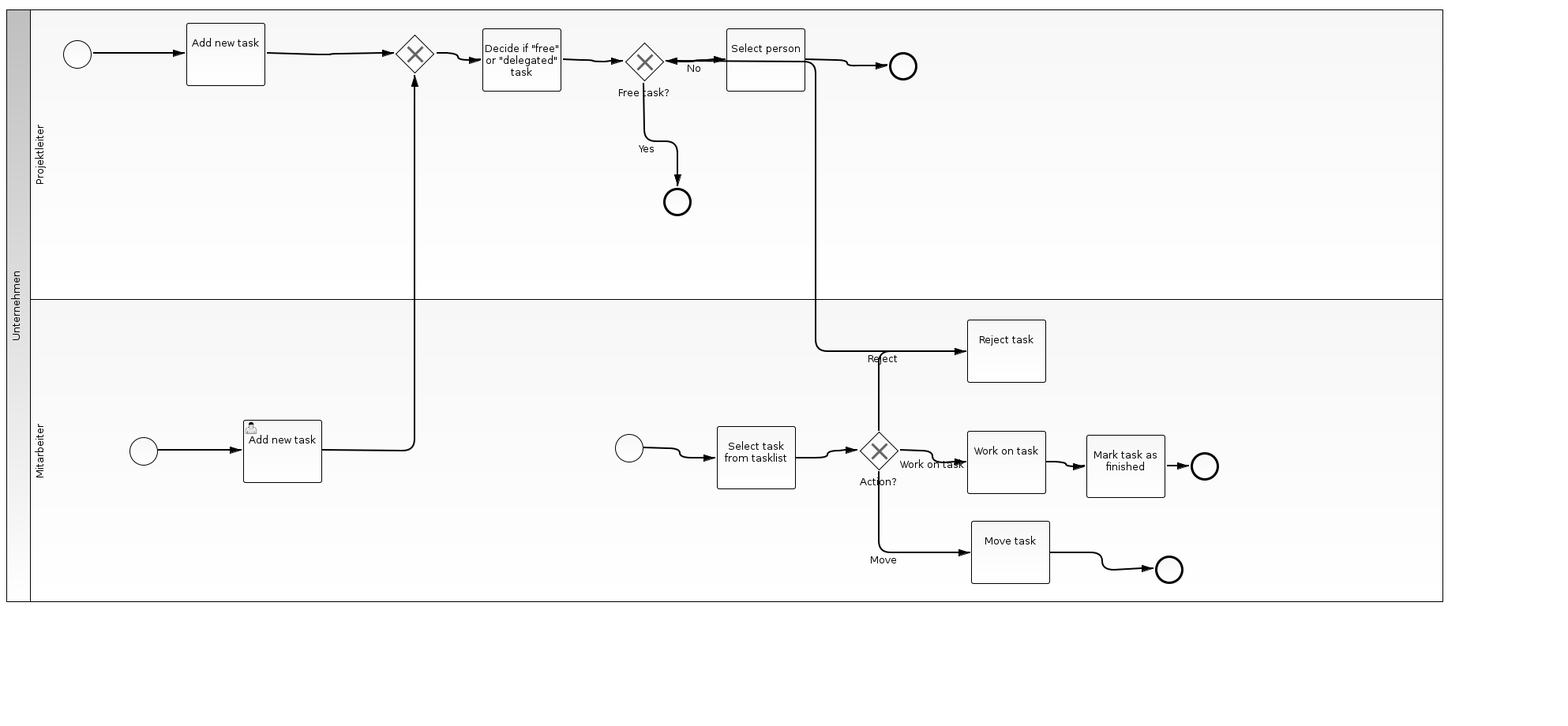
Above: wirtschaftsinformatik/src/main/resources/tasklist.png in ErosFricker/winf (BPMN), before the change. Its source is kept beside it as wirtschaftsinformatik/src/main/resources/tasklist.bpmn. Ids are renumbered.
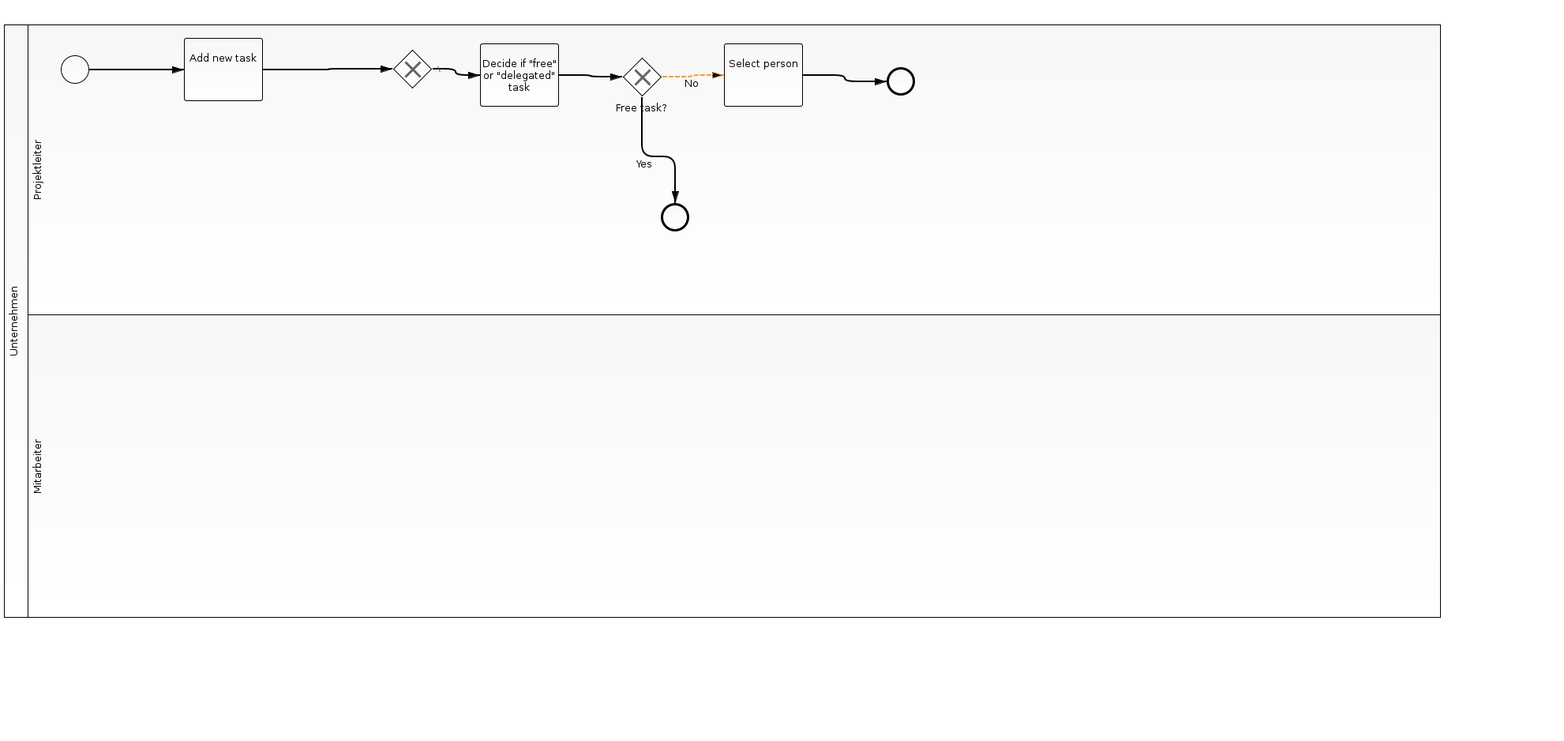
The same diagram one commit later.

What changed in the source:
```diff
@@ -14,29 +14,8 @@
         <bpmn2:flowNodeRef>Task_4</bpmn2:flowNodeRef>
         <bpmn2:flowNodeRef>EndEvent_2</bpmn2:flowNodeRef>
       </bpmn2:lane>
-      <bpmn2:lane id="Lane_5" name="Mitarbeiter">
-        <bpmn2:flowNodeRef>StartEvent_2</bpmn2:flowNodeRef>
-        <bpmn2:flowNodeRef>Task_2</bpmn2:flowNodeRef>
-        <bpmn2:flowNodeRef>StartEvent_3</bpmn2:flowNodeRef>
-        <bpmn2:flowNodeRef>Task_5</bpmn2:flowNodeRef>
-        <bpmn2:flowNodeRef>ExclusiveGateway_3</bpmn2:flowNodeRef>
-        <bpmn2:flowNodeRef>Task_6</bpmn2:flowNodeRef>
-        <bpmn2:flowNodeRef>Task_7</bpmn2:flowNodeRef>
-        <bpmn2:flowNodeRef>Task_8</bpmn2:flowNodeRef>
-        <bpmn2:flowNodeRef>EndEvent_3</bpmn2:flowNodeRef>
-        <bpmn2:flowNodeRef>EndEvent_4</bpmn2:flowNodeRef>
-        <bpmn2:flowNodeRef>Task_9</bpmn2:flowNodeRef>
-      </bpmn2:lane>
+      <bpmn2:lane id="Lane_5" name="Mitarbeiter"/>
     </bpmn2:laneSet>
-    <bpmn2:startEvent id="StartEvent_2">
-      <bpmn2:outgoing>SequenceFlow_2</bpmn2:outgoing>
-    </bpmn2:startEvent>
-    <bpmn2:userTask id="Task_2" camunda:class="" name="Add new task">
-      <bpmn2:incoming>SequenceFlow_2</bpmn2:incoming>
-      <bpmn2:outgoing>SequenceFlow_4</bpmn2:outgoing>
-    </bpmn2:userTask>
-    <bpmn2:sequenceFlow id="SequenceFlow_2" name="" sourceRef="StartEvent_2" targetRef="Task_2"/>
-    <bpmn2:sequenceFlow id="SequenceFlow_4" name="" sourceRef="Task_2" targetRef="ExclusiveGateway_1"/>
     <bpmn2:startEvent id="StartEvent_1">
       <bpmn2:outgoing>SequenceFlow_1</bpmn2:outgoing>
     </bpmn2:startEvent>
@@ -46,9 +25,8 @@
       <bpmn2:outgoing>SequenceFlow_3</bpmn2:outgoing>
     </bpmn2:task>
     <bpmn2:sequenceFlow id="SequenceFlow_3" name="" sourceRef="Task_1" targetRef="ExclusiveGateway_1"/>
-    <bpmn2:exclusiveGateway id="ExclusiveGateway_1">
+    <bpmn2:exclusiveGateway id="ExclusiveGateway_1" default="SequenceFlow_5">
       <bpmn2:incoming>SequenceFlow_3</bpmn2:incoming>
-      <bpmn2:incoming>SequenceFlow_4</bpmn2:incoming>
       <bpmn2:outgoing>SequenceFlow_5</bpmn2:outgoing>
     </bpmn2:exclusiveGateway>
     <bpmn2:sequenceFlow id="SequenceFlow_5" name="" sourceRef="ExclusiveGateway_1" targetRef="Task_3"/>
@@ -58,7 +36,6 @@
     </bpmn2:task>
     <bpmn2:exclusiveGateway id="ExclusiveGateway_2" name="Free task?">
       <bpmn2:incoming>SequenceFlow_6</bpmn2:incoming>
-      <bpmn2:incoming>SequenceFlow_18</bpmn2:incoming>
       <bpmn2:outgoing>SequenceFlow_7</bpmn2:outgoing>
       <bpmn2:outgoing>SequenceFlow_8</bpmn2:outgoing>
     </bpmn2:exclusiveGateway>
@@ -66,60 +43,20 @@
     <bpmn2:endEvent id="EndEvent_1">
       <bpmn2:incoming>SequenceFlow_7</bpmn2:incoming>
     </bpmn2:endEvent>
-    <bpmn2:sequenceFlow id="SequenceFlow_7" name="Yes" sourceRef="ExclusiveGateway_2" targetRef="EndEvent_1"/>
+    <bpmn2:sequenceFlow id="SequenceFlow_7" name="Yes" sourceRef="ExclusiveGateway_2" targetRef="EndEvent_1">
+      <bpmn2:conditionExpression xsi:type="bpmn2:tFormalExpression">true</bpmn2:conditionExpression>
+    </bpmn2:sequenceFlow>
     <bpmn2:task id="Task_4" name="Select person">
       <bpmn2:incoming>SequenceFlow_8</bpmn2:incoming>
       <bpmn2:outgoing>SequenceFlow_9</bpmn2:outgoing>
     </bpmn2:task>
-    <bpmn2:sequenceFlow id="SequenceFlow_8" name="No" sourceRef="ExclusiveGateway_2" targetRef="Task_4"/>
+    <bpmn2:sequenceFlow id="SequenceFlow_8" name="No" sourceRef="ExclusiveGateway_2" targetRef="Task_4">
+      <bpmn2:conditionExpression xsi:type="bpmn2:tFormalExpression">false</bpmn2:conditionExpression>
+    </bpmn2:sequenceFlow>
     <bpmn2:endEvent id="EndEvent_2">
       <bpmn2:incoming>SequenceFlow_9</bpmn2:incoming>
     </bpmn2:endEvent>
     <bpmn2:sequenceFlow id="SequenceFlow_9" name="" sourceRef="Task_4" targetRef="EndEvent_2"/>
-    <bpmn2:startEvent id="StartEvent_3">
-      <bpmn2:outgoing>SequenceFlow_10</bpmn2:outgoing>
-    </bpmn2:startEvent>
-    <bpmn2:task id="Task_5" name="Select task from tasklist">
-      <bpmn2:incoming>SequenceFlow_10</bpmn2:incoming>
-      <bpmn2:outgoing>SequenceFlow_11</bpmn2:outgoing>
-    </bpmn2:task>
-    <bpmn2:sequenceFlow id="SequenceFlow_10" name="" sourceRef="StartEvent_3" targetRef="Task_5"/>
-    <bpmn2:exclusiveGateway id="ExclusiveGateway_3" name="Action?">
-      <bpmn2:incoming>SequenceFlow_11</bpmn2:incoming>
-      <bpmn2:outgoing>SequenceFlow_12</bpmn2:outgoing>
-      <bpmn2:outgoing>SequenceFlow_13</bpmn2:outgoing>
-      <bpmn2:outgoing>SequenceFlow_14</bpmn2:outgoing>
-    </bpmn2:exclusiveGateway>
-    <bpmn2:task id="Task_6" name="Reject task">
-      <bpmn2:incoming>SequenceFlow_12</bpmn2:incoming>
-      <bpmn2:outgoing>SequenceFlow_18</bpmn2:outgoing>
-    </bpmn2:task>
-    <bpmn2:task id="Task_7" name="Work on task">
-      <bpmn2:incoming>SequenceFlow_13</bpmn2:incoming>
-      <bpmn2:outgoing>SequenceFlow_15</bpmn2:outgoing>
-    </bpmn2:task>
-    <bpmn2:task id="Task_8" name="Move task">
-      <bpmn2:incoming>SequenceFlow_14</bpmn2:incoming>
-      <bpmn2:outgoing>SequenceFlow_16</bpmn2:outgoing>
-    </bpmn2:task>
-    <bpmn2:sequenceFlow id="SequenceFlow_11" name="" sourceRef="Task_5" targetRef="ExclusiveGateway_3"/>
-    <bpmn2:sequenceFlow id="SequenceFlow_12" name="Reject" sourceRef="ExclusiveGateway_3" targetRef="Task_6"/>
-    <bpmn2:sequenceFlow id="SequenceFlow_13" name="Work on task" sourceRef="ExclusiveGateway_3" targetRef="Task_7"/>
-    <bpmn2:sequenceFlow id="SequenceFlow_14" name="Move" sourceRef="ExclusiveGateway_3" targetRef="Task_8"/>
-    <bpmn2:endEvent id="EndEvent_3">
-      <bpmn2:incoming>SequenceFlow_16</bpmn2:incoming>
-    </bpmn2:endEvent>
-    <bpmn2:endEvent id="EndEvent_4">
-      <bpmn2:incoming>SequenceFlow_17</bpmn2:incoming>
-    </bpmn2:endEvent>
-    <bpmn2:task id="Task_9" name="Mark task as finished">
-      <bpmn2:incoming>SequenceFlow_15</bpmn2:incoming>
-      <bpmn2:outgoing>SequenceFlow_17</bpmn2:outgoing>
-    </bpmn2:task>
-    <bpmn2:sequenceFlow id="SequenceFlow_15" name="" sourceRef="Task_7" targetRef="Task_9"/>
-    <bpmn2:sequenceFlow id="SequenceFlow_16" name="" sourceRef="Task_8" targetRef="EndEvent_3"/>
-    <bpmn2:sequenceFlow id="SequenceFlow_17" name="" sourceRef="Task_9" targetRef="EndEvent_4"/>
-    <bpmn2:sequenceFlow id="SequenceFlow_18" name="" sourceRef="Task_6" targetRef="ExclusiveGateway_2"/>
   </bpmn2:process>
   <bpmndi:BPMNDiagram id="BPMNDiagram_1">
     <bpmndi:BPMNPlane id="BPMNPlane_1" bpmnElement="_Collaboration_2">
@@ -145,12 +82,6 @@
           <dc:Bounds height="0.0" width="0.0" x="517.0" y="98.0"/>
         </bpmndi:BPMNLabel>
       </bpmndi:BPMNShape>
-      <bpmndi:BPMNShape id="_BPMNShape_StartEvent_3" bpmnElement="StartEvent_2">
-        <dc:Bounds height="36.0" width="36.0" x="156.0" y="554.0"/>
-        <bpmndi:BPMNLabel>
-          <dc:Bounds height="0.0" width="0.0" x="174.0" y="595.0"/>
-        </bpmndi:BPMNLabel>
-      </bpmndi:BPMNShape>
       <bpmndi:BPMNShape id="_BPMNShape_Participant_2" bpmnElement="_Participant_2" isHorizontal="true">
         <dc:Bounds height="751.0" width="1820.0" x="0.0" y="12.0"/>
       </bpmndi:BPMNShape>
@@ -160,16 +91,6 @@
       <bpmndi:BPMNShape id="_BPMNShape_Lane_6" bpmnElement="Lane_5" isHorizontal="true">
         <dc:Bounds height="384.0" width="1790.0" x="30.0" y="379.0"/>
       </bpmndi:BPMNShape>
-      <bpmndi:BPMNShape id="_BPMNShape_Task_3" bpmnElement="Task_2">
-        <dc:Bounds height="80.0" width="100.0" x="300.0" y="532.0"/>
-      </bpmndi:BPMNShape>
-      <bpmndi:BPMNEdge id="BPMNEdge_SequenceFlow_2" bpmnElement="SequenceFlow_2" sourceElement="_BPMNShape_StartEvent_3" targetElement="_BPMNShape_Task_3">
-        <di:waypoint xsi:type="dc:Point" x="192.0" y="572.0"/>
-        <di:waypoint xsi:type="dc:Point" x="300.0" y="572.0"/>
-        <bpmndi:BPMNLabel>
-          <dc:Bounds height="6.0" width="6.0" x="243.0" y="572.0"/>
-        </bpmndi:BPMNLabel>
-      </bpmndi:BPMNEdge>
       <bpmndi:BPMNEdge id="BPMNEdge_SequenceFlow_3" bpmnElement="SequenceFlow_3" sourceElement="_BPMNShape_Task_2" targetElement="_BPMNShape_ExclusiveGateway_2">
         <di:waypoint xsi:type="dc:Point" x="328.0" y="69.0"/>
         <di:waypoint xsi:type="dc:Point" x="410.0" y="69.0"/>
@@ -177,14 +98,6 @@
         <di:waypoint xsi:type="dc:Point" x="492.0" y="68.0"/>
         <bpmndi:BPMNLabel>
           <dc:Bounds height="6.0" width="6.0" x="407.0" y="69.0"/>
-        </bpmndi:BPMNLabel>
-      </bpmndi:BPMNEdge>
-      <bpmndi:BPMNEdge id="BPMNEdge_SequenceFlow_4" bpmnElement="SequenceFlow_4" sourceElement="_BPMNShape_Task_3" targetElement="_BPMNShape_ExclusiveGateway_2">
-        <di:waypoint xsi:type="dc:Point" x="400.0" y="572.0"/>
-        <di:waypoint xsi:type="dc:Point" x="517.0" y="571.0"/>
-        <di:waypoint xsi:type="dc:Point" x="517.0" y="93.0"/>
-        <bpmndi:BPMNLabel>
-          <dc:Bounds height="6.0" width="6.0" x="514.0" y="390.0"/>
         </bpmndi:BPMNLabel>
       </bpmndi:BPMNEdge>
       <bpmndi:BPMNShape id="_BPMNShape_Task_4" bpmnElement="Task_3">
@@ -256,95 +169,6 @@
           <dc:Bounds height="6.0" width="6.0" x="1062.0" y="80.0"/>
         </bpmndi:BPMNLabel>
       </bpmndi:BPMNEdge>
-      <bpmndi:BPMNShape id="_BPMNShape_StartEvent_4" bpmnElement="StartEvent_3">
-        <dc:Bounds height="36.0" width="36.0" x="771.0" y="550.0"/>
-        <bpmndi:BPMNLabel>
-          <dc:Bounds height="0.0" width="0.0" x="789.0" y="591.0"/>
-        </bpmndi:BPMNLabel>
-      </bpmndi:BPMNShape>
-      <bpmndi:BPMNShape id="_BPMNShape_Task_6" bpmnElement="Task_5">
-        <dc:Bounds height="80.0" width="100.0" x="900.0" y="540.0"/>
-      </bpmndi:BPMNShape>
-      <bpmndi:BPMNEdge id="BPMNEdge_SequenceFlow_10" bpmnElement="SequenceFlow_10" sourceElement="_BPMNShape_StartEvent_4" targetElement="_BPMNShape_Task_6">
-        <di:waypoint xsi:type="dc:Point" x="807.0" y="568.0"/>
-        <di:waypoint xsi:type="dc:Point" x="853.0" y="568.0"/>
-        <di:waypoint xsi:type="dc:Point" x="853.0" y="580.0"/>
-        <di:waypoint xsi:type="dc:Point" x="900.0" y="580.0"/>
-        <bpmndi:BPMNLabel>
-          <dc:Bounds height="6.0" width="6.0" x="850.0" y="575.0"/>
-        </bpmndi:BPMNLabel>
-      </bpmndi:BPMNEdge>
-      <bpmndi:BPMNShape id="_BPMNShape_ExclusiveGateway_4" bpmnElement="ExclusiveGateway_3" isMarkerVisible="true">
-        <dc:Bounds height="50.0" width="50.0" x="1080.0" y="546.0"/>
-        <bpmndi:BPMNLabel>
-          <dc:Bounds height="21.0" width="53.0" x="1079.0" y="601.0"/>
-        </bpmndi:BPMNLabel>
-      </bpmndi:BPMNShape>
-      <bpmndi:BPMNShape id="_BPMNShape_Task_7" bpmnElement="Task_6">
-        <dc:Bounds height="80.0" width="100.0" x="1217.0" y="405.0"/>
-      </bpmndi:BPMNShape>
-      <bpmndi:BPMNShape id="_BPMNShape_Task_8" bpmnElement="Task_7">
-        <dc:Bounds height="80.0" width="100.0" x="1217.0" y="546.0"/>
-      </bpmndi:BPMNShape>
-      <bpmndi:BPMNShape id="_BPMNShape_Task_9" bpmnElement="Task_8">
-        <dc:Bounds height="80.0" width="100.0" x="1222.0" y="660.0"/>
-      </bpmndi:BPMNShape>
-      <bpmndi:BPMNEdge id="BPMNEdge_SequenceFlow_11" bpmnElement="SequenceFlow_11" sourceElement="_BPMNShape_Task_6" targetElement="_BPMNShape_ExclusiveGateway_4">
-        <di:waypoint xsi:type="dc:Point" x="1000.0" y="580.0"/>
-        <di:waypoint xsi:type="dc:Point" x="1040.0" y="580.0"/>
-        <di:waypoint xsi:type="dc:Point" x="1040.0" y="571.0"/>
-        <di:waypoint xsi:type="dc:Point" x="1080.0" y="571.0"/>
-      </bpmndi:BPMNEdge>
-      <bpmndi:BPMNEdge id="BPMNEdge_SequenceFlow_12" bpmnElement="SequenceFlow_12" sourceElement="_BPMNShape_ExclusiveGateway_4" targetElement="_BPMNShape_Task_7">
-        <di:waypoint xsi:type="dc:Point" x="1105.0" y="546.0"/>
-        <di:waypoint xsi:type="dc:Point" x="1105.0" y="445.0"/>
-        <di:waypoint xsi:type="dc:Point" x="1217.0" y="445.0"/>
-      </bpmndi:BPMNEdge>
-      <bpmndi:BPMNEdge id="BPMNEdge_SequenceFlow_13" bpmnElement="SequenceFlow_13" sourceElement="_BPMNShape_ExclusiveGateway_4" targetElement="_BPMNShape_Task_8">
-        <di:waypoint xsi:type="dc:Point" x="1130.0" y="571.0"/>
-        <di:waypoint xsi:type="dc:Point" x="1173.0" y="571.0"/>
-        <di:waypoint xsi:type="dc:Point" x="1173.0" y="586.0"/>
-        <di:waypoint xsi:type="dc:Point" x="1217.0" y="586.0"/>
-      </bpmndi:BPMNEdge>
-      <bpmndi:BPMNEdge id="BPMNEdge_SequenceFlow_14" bpmnElement="SequenceFlow_14" sourceElement="_BPMNShape_ExclusiveGateway_4" targetElement="_BPMNShape_Task_9">
-        <di:waypoint xsi:type="dc:Point" x="1105.0" y="596.0"/>
-        <di:waypoint xsi:type="dc:Point" x="1105.0" y="700.0"/>
-        <di:waypoint xsi:type="dc:Point" x="1222.0" y="700.0"/>
-      </bpmndi:BPMNEdge>
-      <bpmndi:BPMNShape id="_BPMNShape_EndEvent_4" bpmnElement="EndEvent_3">
-        <dc:Bounds height="36.0" width="36.0" x="1455.0" y="704.0"/>
-      </bpmndi:BPMNShape>
-      <bpmndi:BPMNShape id="_BPMNShape_EndEvent_5" bpmnElement="EndEvent_4">
-        <dc:Bounds height="36.0" width="36.0" x="1500.0" y="573.0"/>
-        <bpmndi:BPMNLabel>
-          <dc:Bounds height="0.0" width="0.0" x="1518.0" y="614.0"/>
-        </bpmndi:BPMNLabel>
-      </bpmndi:BPMNShape>
-      <bpmndi:BPMNShape id="_BPMNShape_Task_10" bpmnElement="Task_9">
-        <dc:Bounds height="80.0" width="100.0" x="1368.0" y="551.0"/>
-      </bpmndi:BPMNShape>
-      <bpmndi:BPMNEdge id="BPMNEdge_SequenceFlow_15" bpmnElement="SequenceFlow_15" sourceElement="_BPMNShape_Task_8" targetElement="_BPMNShape_Task_10">
-        <di:waypoint xsi:type="dc:Point" x="1317.0" y="586.0"/>
-        <di:waypoint xsi:type="dc:Point" x="1342.0" y="586.0"/>
-        <di:waypoint xsi:type="dc:Point" x="1342.0" y="591.0"/>
-        <di:waypoint xsi:type="dc:Point" x="1368.0" y="591.0"/>
-      </bpmndi:BPMNEdge>
-      <bpmndi:BPMNEdge id="BPMNEdge_SequenceFlow_16" bpmnElement="SequenceFlow_16" sourceElement="_BPMNShape_Task_9" targetElement="_BPMNShape_EndEvent_4">
-        <di:waypoint xsi:type="dc:Point" x="1322.0" y="700.0"/>
-        <di:waypoint xsi:type="dc:Point" x="1388.0" y="700.0"/>
-        <di:waypoint xsi:type="dc:Point" x="1388.0" y="722.0"/>
-        <di:waypoint xsi:type="dc:Point" x="1455.0" y="722.0"/>
-      </bpmndi:BPMNEdge>
-      <bpmndi:BPMNEdge id="BPMNEdge_SequenceFlow_17" bpmnElement="SequenceFlow_17" sourceElement="_BPMNShape_Task_10" targetElement="_BPMNShape_EndEvent_5">
-        <di:waypoint xsi:type="dc:Point" x="1468.0" y="591.0"/>
-        <di:waypoint xsi:type="dc:Point" x="1500.0" y="591.0"/>
-      </bpmndi:BPMNEdge>
-      <bpmndi:BPMNEdge id="BPMNEdge_SequenceFlow_18" bpmnElement="SequenceFlow_18" sourceElement="_BPMNShape_Task_7" targetElement="_BPMNShape_ExclusiveGateway_3">
-        <di:waypoint xsi:type="dc:Point" x="1217.0" y="445.0"/>
-        <di:waypoint xsi:type="dc:Point" x="1025.0" y="445.0"/>
-        <di:waypoint xsi:type="dc:Point" x="1025.0" y="78.0"/>
-        <di:waypoint xsi:type="dc:Point" x="833.0" y="78.0"/>
-      </bpmndi:BPMNEdge>
     </bpmndi:BPMNPlane>
   </bpmndi:BPMNDiagram>
 </bpmn2:definitions>
```
